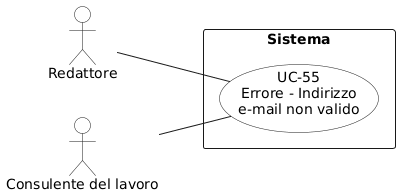
Earlier version of the PlantUML export RTB/Analisi dei Requisiti/diagrammi_use_case/UC-55.png (aLittleByte-19/Documentazione). Its diagram source:
```plantuml
@startuml
left to right direction
skinparam packageStyle rectangle
skinparam usecaseBackgroundColor White
skinparam actorBackgroundColor White

actor "Redattore" as redattore
actor "Consulente del lavoro" as consulente

rectangle "Sistema" {
  usecase "UC-55\nErrore - Indirizzo\ne-mail non valido" as uc55
}

redattore -- uc55
consulente -- uc55
@enduml
```
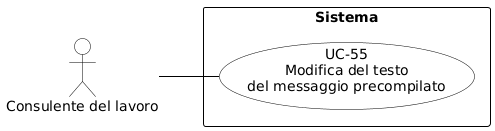
Later version of the same file.

Change to the diagram source:
```diff
@@ -1,16 +1,27 @@
 @startuml
+skinparam shadowing false
+skinparam defaultFontName Arial
 left to right direction
-skinparam packageStyle rectangle
-skinparam usecaseBackgroundColor White
-skinparam actorBackgroundColor White
 
-actor "Redattore" as redattore
-actor "Consulente del lavoro" as consulente
+skinparam usecase {
+    BackgroundColor white
+    BorderColor black
+    ArrowColor black
+}
+skinparam actor {
+    BackgroundColor white
+    BorderColor black
+}
+skinparam rectangle {
+    BorderColor black
+    FontStyle bold
+}
+
+actor "Consulente del lavoro" as cdl
 
 rectangle "Sistema" {
-  usecase "UC-55\nErrore - Indirizzo\ne-mail non valido" as uc55
+    usecase "UC-55\nModifica del testo\ndel messaggio precompilato" as UC55
 }
 
-redattore -- uc55
-consulente -- uc55
+cdl -- UC55
 @enduml
```
